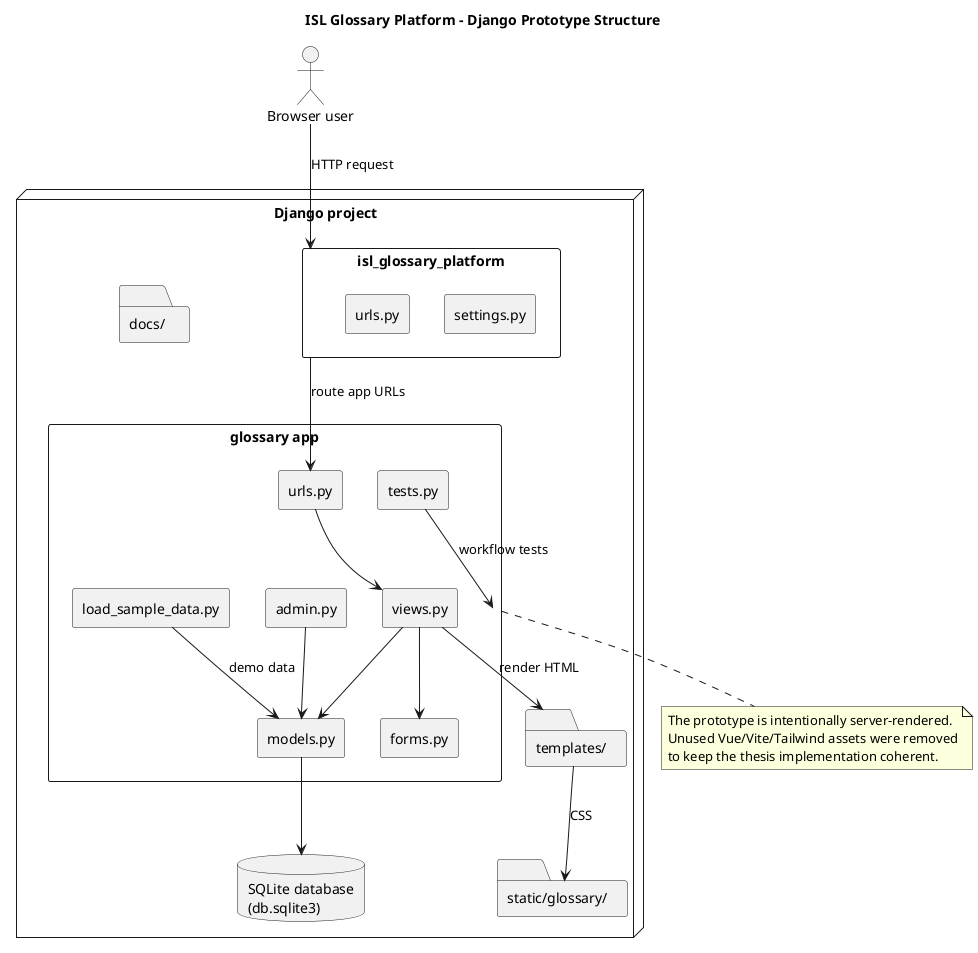
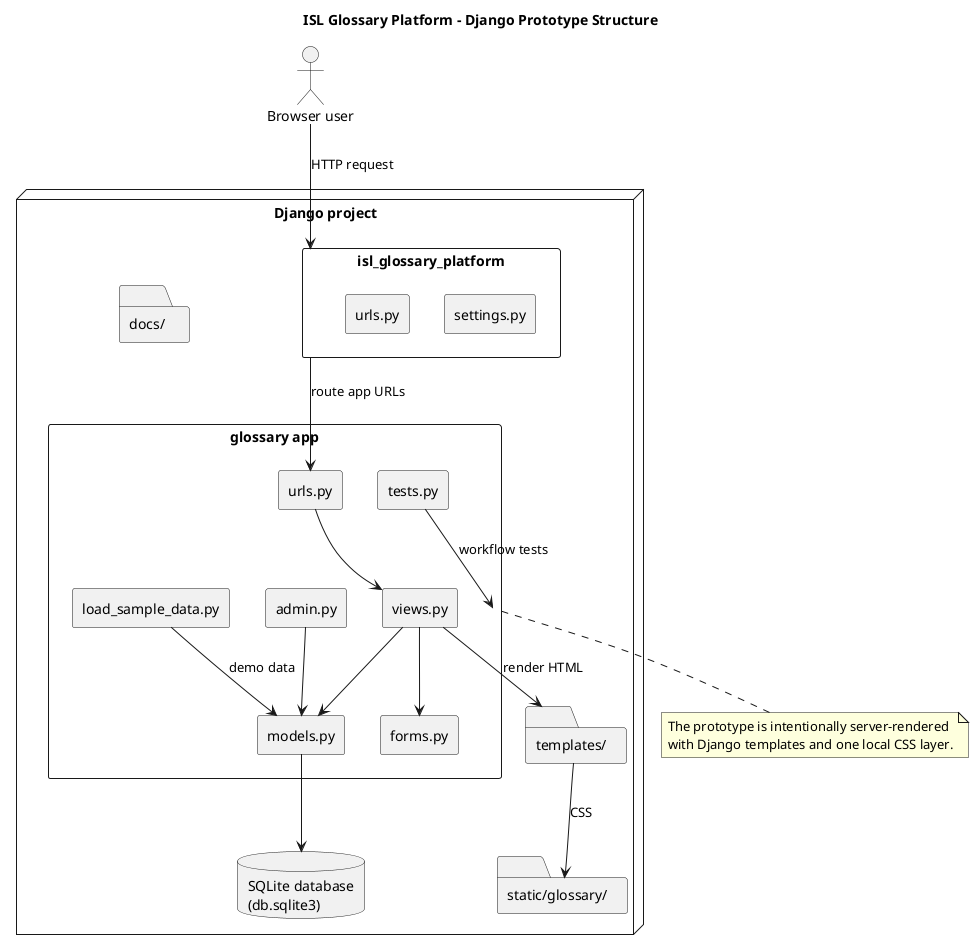
@startuml
title ISL Glossary Platform - Django Prototype Structure

skinparam componentStyle rectangle
skinparam shadowing false

actor "Browser user" as User

node "Django project" {
  component "isl_glossary_platform" as Project {
    [settings.py]
    [urls.py]
  }

  component "glossary app" as App {
    [models.py]
    [views.py]
    [forms.py]
    [admin.py]
    [urls.py] as AppUrls
    [tests.py]
    [load_sample_data.py]
  }

  database "SQLite database\n(db.sqlite3)" as DB
  folder "templates/" as Templates
  folder "static/glossary/" as Static
  folder "docs/" as Docs
}

User --> Project : HTTP request
Project --> AppUrls : route app URLs
AppUrls --> [views.py]
[views.py] --> [forms.py]
[views.py] --> [models.py]
[admin.py] --> [models.py]
[models.py] --> DB
[views.py] --> Templates : render HTML
Templates --> Static : CSS
[load_sample_data.py] --> [models.py] : demo data
[tests.py] --> App : workflow tests

note bottom of App
- The prototype is intentionally server-rendered.
- Unused Vue/Vite/Tailwind assets were removed
- to keep the thesis implementation coherent.
+ The prototype is intentionally server-rendered
+ with Django templates and one local CSS layer.
end note

@enduml
